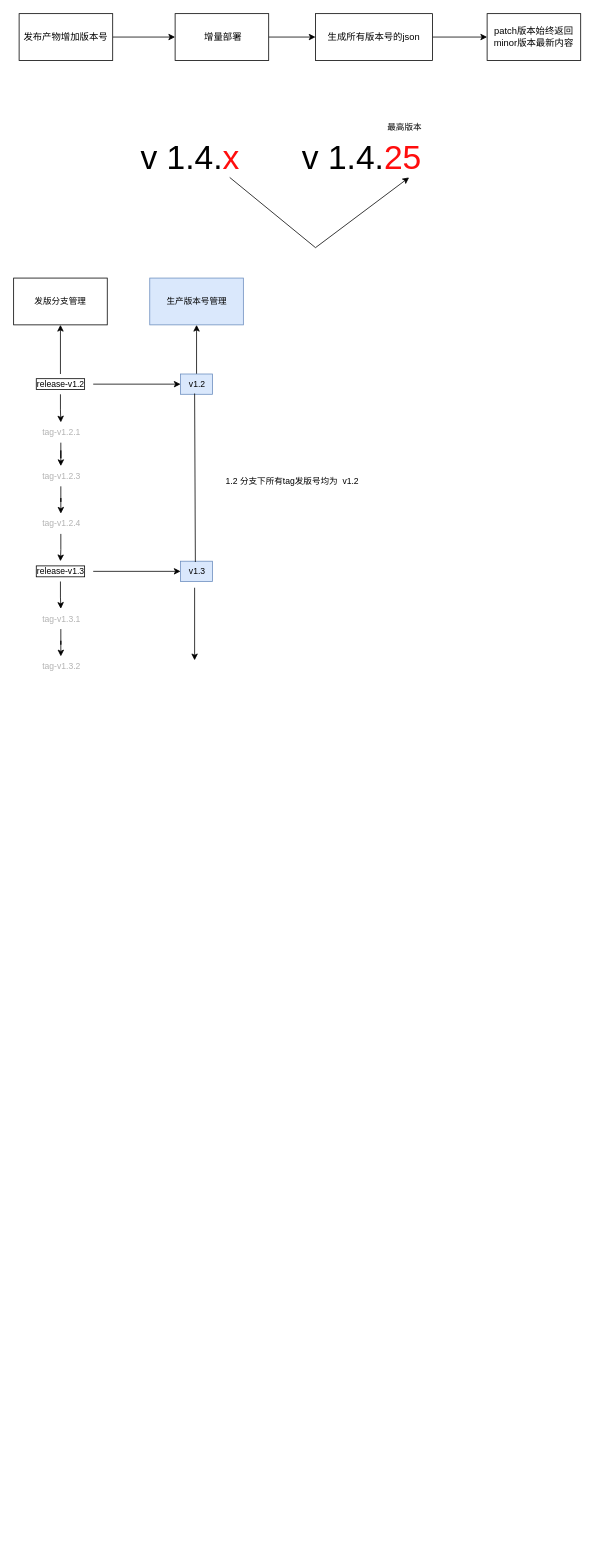
Before: 组件平台版本化.drawio in senyawang/drawio, a draw.io diagram. Source tidied: cells renumbered, new cells numbered last; positions are measured from the earlier drawing's top-left corner, leaving out a move shared by most shapes. Both pictures are drawn from the tidied source at 78%, with x=0, y=0 at pixel (13, 13).
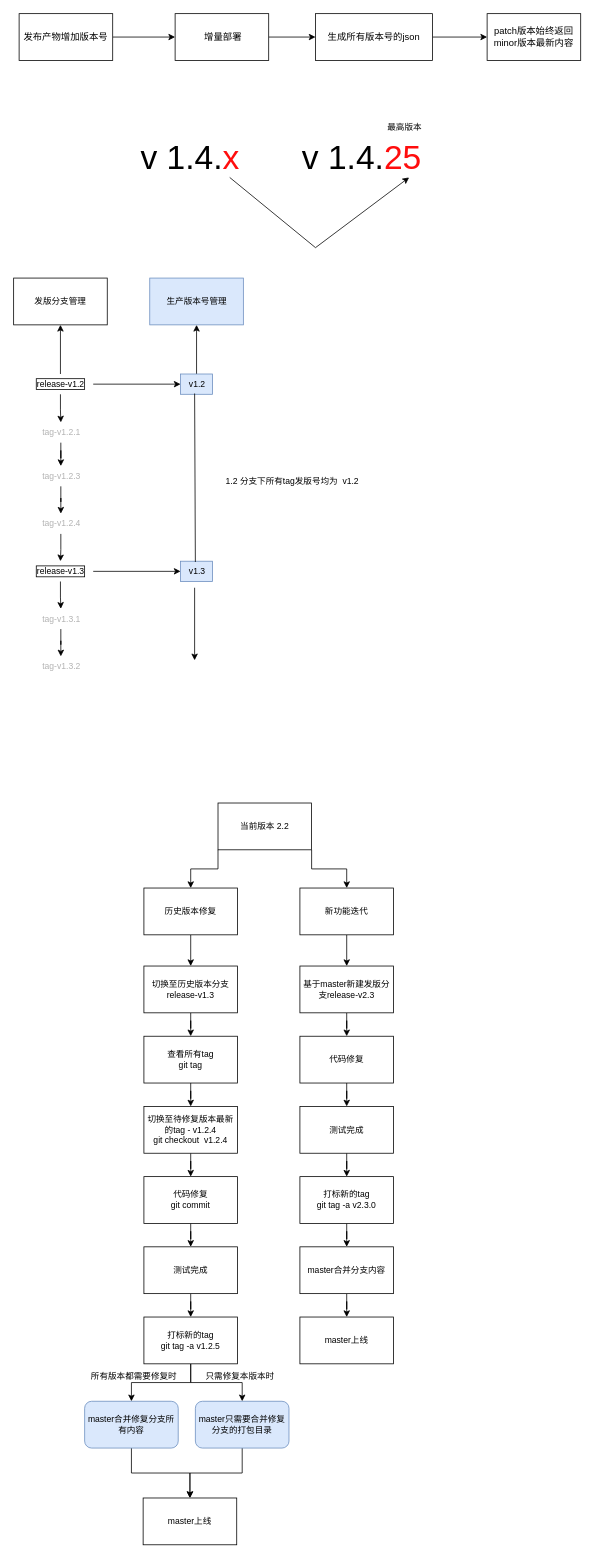
Above is the later version.

Commit message:
更新组件平台版本化.drawio

Diff of the diagram source:
```diff
@@
+    <mxCell id="37" style="edgeStyle=orthogonalEdgeStyle;rounded=0;jettySize=auto;html=1;fontSize=11;fontColor=#000000;" parent="1" edge="1" source="38" target="42">
+      <mxGeometry relative="1" as="geometry" />
+    </mxCell>
+    <mxCell id="38" value="历史版本修复" style="rounded=0;whiteSpace=wrap;html=1;labelBackgroundColor=none;labelBorderColor=none;fontSize=11;fontColor=#000000;" parent="1" vertex="1">
+      <mxGeometry x="167" y="1121" width="120" height="60" as="geometry" />
+    </mxCell>
+    <mxCell id="39" style="edgeStyle=orthogonalEdgeStyle;rounded=0;jettySize=auto;html=1;fontSize=11;fontColor=#000000;" parent="1" edge="1" source="40" target="44">
+      <mxGeometry relative="1" as="geometry" />
+    </mxCell>
+    <mxCell id="40" value="新功能迭代" style="rounded=0;whiteSpace=wrap;html=1;labelBackgroundColor=none;labelBorderColor=none;fontSize=11;fontColor=#000000;" parent="1" vertex="1">
+      <mxGeometry x="367" y="1121" width="120" height="60" as="geometry" />
+    </mxCell>
+    <mxCell id="41" style="edgeStyle=orthogonalEdgeStyle;rounded=0;jettySize=auto;html=1;fontSize=11;fontColor=#000000;" parent="1" edge="1" source="42" target="49">
+      <mxGeometry relative="1" as="geometry" />
+    </mxCell>
+    <mxCell id="42" value="切换至历史版本分支&lt;br&gt;release-v1.3" style="rounded=0;whiteSpace=wrap;html=1;labelBackgroundColor=none;labelBorderColor=none;fontSize=11;fontColor=#000000;" parent="1" vertex="1">
+      <mxGeometry x="167" y="1221" width="120" height="60" as="geometry" />
+    </mxCell>
+    <mxCell id="43" style="edgeStyle=orthogonalEdgeStyle;rounded=0;jettySize=auto;html=1;fontSize=11;fontColor=#000000;" parent="1" edge="1" source="44" target="67">
+      <mxGeometry relative="1" as="geometry" />
+    </mxCell>
+    <mxCell id="44" value="基于master新建发版分支release-v2.3" style="rounded=0;whiteSpace=wrap;html=1;labelBackgroundColor=none;labelBorderColor=none;fontSize=11;fontColor=#000000;" parent="1" vertex="1">
+      <mxGeometry x="367" y="1221" width="120" height="60" as="geometry" />
+    </mxCell>
+    <mxCell id="45" style="edgeStyle=orthogonalEdgeStyle;rounded=0;jettySize=auto;html=1;exitX=0;exitY=1;exitDx=0;exitDy=0;entryX=0.5;entryY=0;entryDx=0;entryDy=0;fontSize=11;fontColor=#000000;" parent="1" edge="1" source="47" target="38">
+      <mxGeometry relative="1" as="geometry" />
+    </mxCell>
+    <mxCell id="46" style="edgeStyle=orthogonalEdgeStyle;rounded=0;jettySize=auto;html=1;exitX=1;exitY=1;exitDx=0;exitDy=0;entryX=0.5;entryY=0;entryDx=0;entryDy=0;fontSize=11;fontColor=#000000;" parent="1" edge="1" source="47" target="40">
+      <mxGeometry relative="1" as="geometry" />
+    </mxCell>
+    <mxCell id="47" value="&lt;span style=&quot;&quot;&gt;当前版本 2.2&lt;/span&gt;" style="rounded=0;whiteSpace=wrap;html=1;labelBackgroundColor=none;labelBorderColor=none;fontSize=11;fontColor=#000000;" parent="1" vertex="1">
+      <mxGeometry x="262" y="1012" width="120" height="60" as="geometry" />
+    </mxCell>
+    <mxCell id="48" style="edgeStyle=orthogonalEdgeStyle;rounded=0;jettySize=auto;html=1;fontSize=11;fontColor=#000000;" parent="1" edge="1" source="49" target="51">
+      <mxGeometry relative="1" as="geometry" />
+    </mxCell>
+    <mxCell id="49" value="查看所有tag&lt;br&gt;git tag" style="rounded=0;whiteSpace=wrap;html=1;labelBackgroundColor=none;labelBorderColor=none;fontSize=11;fontColor=#000000;" parent="1" vertex="1">
+      <mxGeometry x="167" y="1311" width="120" height="60" as="geometry" />
+    </mxCell>
+    <mxCell id="50" style="edgeStyle=orthogonalEdgeStyle;rounded=0;jettySize=auto;html=1;fontSize=11;fontColor=#000000;" parent="1" edge="1" source="51" target="53">
+      <mxGeometry relative="1" as="geometry" />
+    </mxCell>
+    <mxCell id="51" value="切换至待修复版本最新的tag - v1.2.4&lt;br&gt;git checkout&amp;nbsp; v1.2.4" style="rounded=0;whiteSpace=wrap;html=1;labelBackgroundColor=none;labelBorderColor=none;fontSize=11;fontColor=#000000;" parent="1" vertex="1">
+      <mxGeometry x="167" y="1401" width="120" height="60" as="geometry" />
+    </mxCell>
+    <mxCell id="52" style="edgeStyle=orthogonalEdgeStyle;rounded=0;jettySize=auto;html=1;fontSize=11;fontColor=#000000;" parent="1" edge="1" source="53" target="55">
+      <mxGeometry relative="1" as="geometry" />
+    </mxCell>
+    <mxCell id="53" value="代码修复&lt;br&gt;git commit" style="rounded=0;whiteSpace=wrap;html=1;labelBackgroundColor=none;labelBorderColor=none;fontSize=11;fontColor=#000000;" parent="1" vertex="1">
+      <mxGeometry x="167" y="1491" width="120" height="60" as="geometry" />
+    </mxCell>
+    <mxCell id="54" style="edgeStyle=orthogonalEdgeStyle;rounded=0;jettySize=auto;html=1;fontSize=11;fontColor=#000000;" parent="1" edge="1" source="55" target="58">
+      <mxGeometry relative="1" as="geometry" />
+    </mxCell>
+    <mxCell id="55" value="测试完成" style="rounded=0;whiteSpace=wrap;html=1;labelBackgroundColor=none;labelBorderColor=none;fontSize=11;fontColor=#000000;" parent="1" vertex="1">
+      <mxGeometry x="167" y="1581" width="120" height="60" as="geometry" />
+    </mxCell>
+    <mxCell id="56" style="edgeStyle=orthogonalEdgeStyle;rounded=0;jettySize=auto;html=1;fontSize=11;fontColor=#000000;" parent="1" edge="1" source="58" target="60">
+      <mxGeometry relative="1" as="geometry" />
+    </mxCell>
+    <mxCell id="57" style="edgeStyle=orthogonalEdgeStyle;rounded=0;jettySize=auto;html=1;exitX=0.5;exitY=1;exitDx=0;exitDy=0;entryX=0.5;entryY=0;entryDx=0;entryDy=0;fontSize=11;fontColor=#000000;" parent="1" edge="1" source="58" target="63">
+      <mxGeometry relative="1" as="geometry" />
+    </mxCell>
+    <mxCell id="58" value="打标新的tag&lt;br&gt;git tag -a v1.2.5" style="rounded=0;whiteSpace=wrap;html=1;labelBackgroundColor=none;labelBorderColor=none;fontSize=11;fontColor=#000000;" parent="1" vertex="1">
+      <mxGeometry x="167" y="1671" width="120" height="60" as="geometry" />
+    </mxCell>
+    <mxCell id="59" style="edgeStyle=orthogonalEdgeStyle;rounded=0;jettySize=auto;html=1;exitX=0.5;exitY=1;exitDx=0;exitDy=0;fontSize=11;fontColor=#000000;" parent="1" edge="1" source="60" target="61">
+      <mxGeometry relative="1" as="geometry" />
+    </mxCell>
+    <mxCell id="60" value="master只需要合并修复分支的打包目录" style="rounded=1;whiteSpace=wrap;html=1;labelBackgroundColor=none;labelBorderColor=none;fontSize=11;fillColor=#dae8fc;strokeColor=#6c8ebf;" parent="1" vertex="1">
+      <mxGeometry x="233" y="1779" width="120" height="60" as="geometry" />
+    </mxCell>
+    <mxCell id="61" value="master上线" style="rounded=0;whiteSpace=wrap;html=1;labelBackgroundColor=none;labelBorderColor=none;fontSize=11;fontColor=#000000;" parent="1" vertex="1">
+      <mxGeometry x="166" y="1903" width="120" height="60" as="geometry" />
+    </mxCell>
+    <mxCell id="62" style="edgeStyle=orthogonalEdgeStyle;rounded=0;jettySize=auto;html=1;exitX=0.5;exitY=1;exitDx=0;exitDy=0;entryX=0.5;entryY=0;entryDx=0;entryDy=0;fontSize=11;fontColor=#000000;" parent="1" edge="1" source="63" target="61">
+      <mxGeometry relative="1" as="geometry" />
+    </mxCell>
+    <mxCell id="63" value="master合并修复分支所有内容" style="whiteSpace=wrap;html=1;fontSize=11;fillColor=#dae8fc;strokeColor=#6c8ebf;rounded=1;labelBackgroundColor=none;labelBorderColor=none;" parent="1" vertex="1">
+      <mxGeometry x="91" y="1779" width="120" height="60" as="geometry" />
+    </mxCell>
+    <mxCell id="64" value="只需修复本版本时" style="text;html=1;align=center;verticalAlign=middle;strokeColor=none;fillColor=none;fontSize=11;fontColor=#000000;" parent="1" vertex="1">
+      <mxGeometry x="233" y="1734" width="114" height="26" as="geometry" />
+    </mxCell>
+    <mxCell id="65" value="所有版本都需要修复时" style="text;html=1;align=center;verticalAlign=middle;strokeColor=none;fillColor=none;fontSize=11;fontColor=#000000;" parent="1" vertex="1">
+      <mxGeometry x="85" y="1734" width="138" height="26" as="geometry" />
+    </mxCell>
+    <mxCell id="66" style="edgeStyle=orthogonalEdgeStyle;rounded=0;jettySize=auto;html=1;fontSize=11;fontColor=#000000;" parent="1" edge="1" source="67" target="69">
+      <mxGeometry relative="1" as="geometry" />
+    </mxCell>
+    <mxCell id="67" value="代码修复" style="rounded=0;whiteSpace=wrap;html=1;labelBackgroundColor=none;labelBorderColor=none;fontSize=11;fontColor=#000000;" parent="1" vertex="1">
+      <mxGeometry x="367" y="1311" width="120" height="60" as="geometry" />
+    </mxCell>
+    <mxCell id="68" style="edgeStyle=orthogonalEdgeStyle;rounded=0;jettySize=auto;html=1;fontSize=11;fontColor=#000000;" parent="1" edge="1" source="69" target="71">
+      <mxGeometry relative="1" as="geometry" />
+    </mxCell>
+    <mxCell id="69" value="测试完成" style="rounded=0;whiteSpace=wrap;html=1;labelBackgroundColor=none;labelBorderColor=none;fontSize=11;fontColor=#000000;" parent="1" vertex="1">
+      <mxGeometry x="367" y="1401" width="120" height="60" as="geometry" />
+    </mxCell>
+    <mxCell id="70" style="edgeStyle=orthogonalEdgeStyle;rounded=0;jettySize=auto;html=1;fontSize=11;fontColor=#000000;" parent="1" edge="1" source="71" target="73">
+      <mxGeometry relative="1" as="geometry" />
+    </mxCell>
+    <mxCell id="71" value="打标新的tag&lt;br style=&quot;border-color: var(--border-color);&quot;&gt;git tag -a v2.3.0" style="rounded=0;whiteSpace=wrap;html=1;labelBackgroundColor=none;labelBorderColor=none;fontSize=11;fontColor=#000000;" parent="1" vertex="1">
+      <mxGeometry x="367" y="1491" width="120" height="60" as="geometry" />
+    </mxCell>
+    <mxCell id="72" style="edgeStyle=orthogonalEdgeStyle;rounded=0;jettySize=auto;html=1;fontSize=11;fontColor=#000000;" parent="1" edge="1" source="73" target="74">
+      <mxGeometry relative="1" as="geometry" />
+    </mxCell>
+    <mxCell id="73" value="master合并分支内容" style="rounded=0;whiteSpace=wrap;html=1;labelBackgroundColor=none;labelBorderColor=none;fontSize=11;fontColor=#000000;" parent="1" vertex="1">
+      <mxGeometry x="367" y="1581" width="120" height="60" as="geometry" />
+    </mxCell>
+    <mxCell id="74" value="master上线" style="rounded=0;whiteSpace=wrap;html=1;labelBackgroundColor=none;labelBorderColor=none;fontSize=11;fontColor=#000000;" parent="1" vertex="1">
+      <mxGeometry x="367" y="1671" width="120" height="60" as="geometry" />
+    </mxCell>
```
